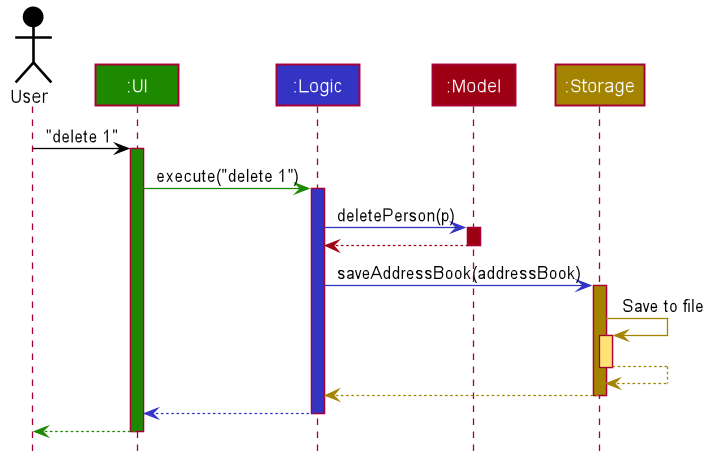
Before: docs/images/ArchitectureSequenceDiagram.png, a diagram exported from PlantUML (nus-cs2103-AY2122S1/tp).
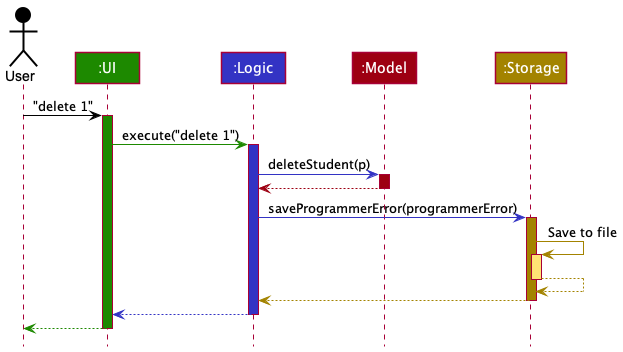
The same diagram one commit later.

The edit, as a diff of the source:
```diff
@@ -1,85 +1,38 @@
 @startuml
+!include style.puml
 
+Actor User as user USER_COLOR
+Participant ":UI" as ui UI_COLOR
+Participant ":Logic" as logic LOGIC_COLOR
+Participant ":Model" as model MODEL_COLOR
+Participant ":Storage" as storage STORAGE_COLOR
 
+user -[USER_COLOR]> ui : "delete 1"
+activate ui UI_COLOR
 
+ui -[UI_COLOR]> logic : execute("delete 1")
+activate logic LOGIC_COLOR
 
+logic -[LOGIC_COLOR]> model : deleteStudent(p)
+activate model MODEL_COLOR
 
-
-
-
-skinparam BackgroundColor #FFFFFFF
-
-skinparam Shadowing false
-
-skinparam Class {
-    FontColor #FFFFFF
-    BorderThickness 1
-    BorderColor #FFFFFF
-    StereotypeFontColor #FFFFFF
-    FontName Arial
-}
-
-skinparam Actor {
-    BorderColor #000000
-    Color #000000
-    FontName Arial
-}
-
-skinparam Sequence {
-    MessageAlign center
-    BoxFontSize 15
-    BoxPadding 0
-    BoxFontColor #FFFFFF
-    FontName Arial
-}
-
-skinparam Participant {
-    FontColor #FFFFFFF
-    Padding 20
-}
-
-skinparam MinClassWidth 50
-skinparam ParticipantPadding 10
-skinparam Shadowing false
-skinparam DefaultTextAlignment center
-skinparam packageStyle Rectangle
-
-hide footbox
-hide members
-hide circle
-
-Actor User as user #000000
-Participant ":UI" as ui #1D8900
-Participant ":Logic" as logic #3333C4
-Participant ":Model" as model #9D0012
-Participant ":Storage" as storage #A38300
-
-user -[#000000]> ui : "delete 1"
-activate ui #1D8900
-
-ui -[#1D8900]> logic : execute("delete 1")
-activate logic #3333C4
-
-logic -[#3333C4]> model : deletePerson(p)
-activate model #9D0012
-
-model -[#9D0012]-> logic
+model -[MODEL_COLOR]-> logic
 deactivate model
 
-logic -[#3333C4]> storage : saveAddressBook(addressBook)
-activate storage #A38300
+logic -[LOGIC_COLOR]> storage : saveProgrammerError(programmerError)
+activate storage STORAGE_COLOR
 
-storage -[#A38300]> storage : Save to file
-activate storage #FFE374
-storage --[#A38300]> storage
+storage -[STORAGE_COLOR]> storage : Save to file
+activate storage STORAGE_COLOR_T1
+storage --[STORAGE_COLOR]> storage
 deactivate storage
 
-storage --[#A38300]> logic
+storage --[STORAGE_COLOR]> logic
 deactivate storage
 
-logic --[#3333C4]> ui
+logic --[LOGIC_COLOR]> ui
 deactivate logic
 
-ui--[#1D8900]> user
+ui--[UI_COLOR]> user
 deactivate ui
 @enduml
```
